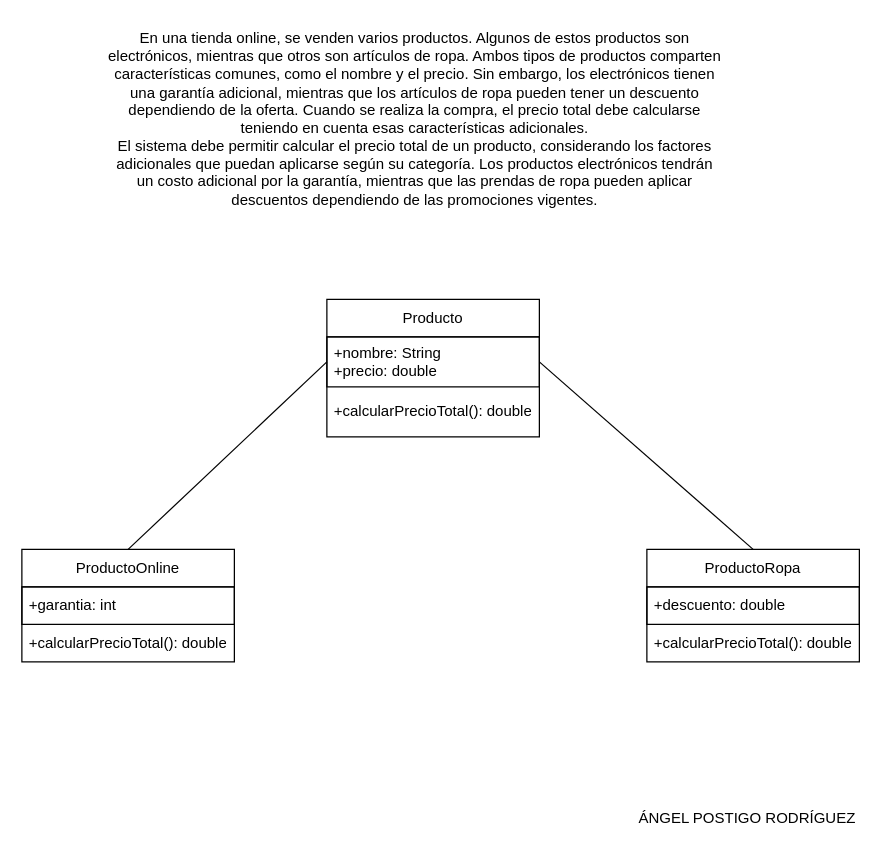
AngelPostigo27/ENTORNO-DE-DESARROLLO keeps this draw.io diagram as page "Página-3" (3 of 10) of Ej1-APR.drawio. Above is the earlier version. Source tidied: cells renumbered, new cells numbered last; positions are measured from the earlier drawing's top-left corner, leaving out a move shared by most shapes. Both pictures are drawn from the tidied source at 125%, with x=0, y=0 at pixel (21, 21).
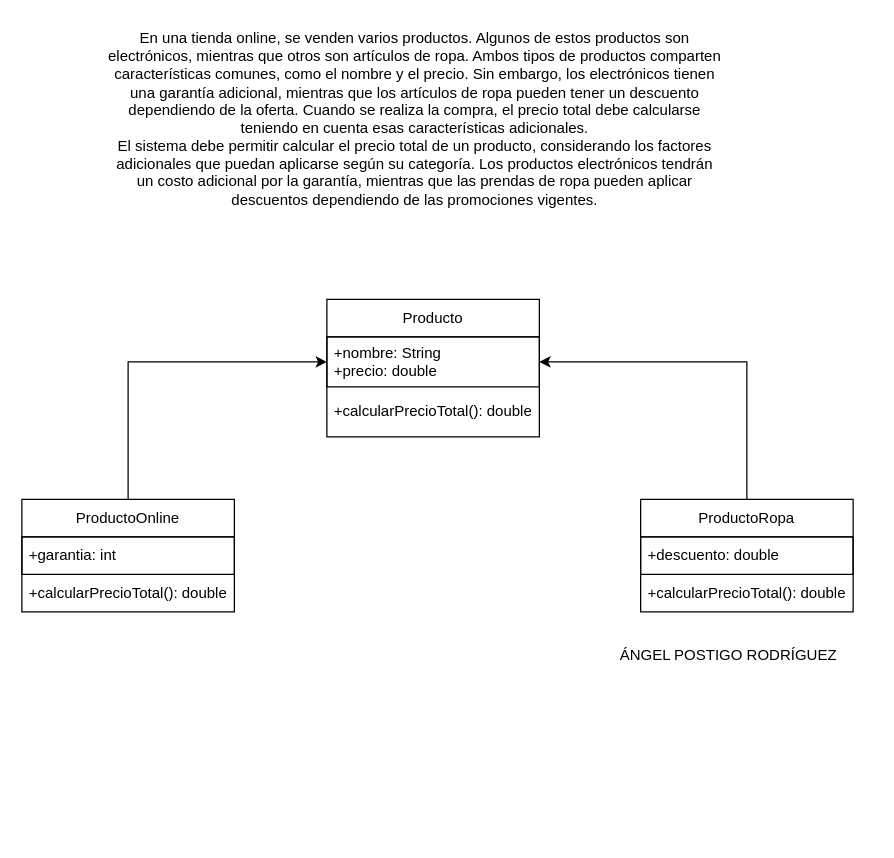
Above is the later version.

What changed in the source:
```diff
@@
 <mxGraphModel>
   <root>
     <mxCell id="0" />
     <mxCell id="1" parent="0" />
     <mxCell id="2" value="En una tienda online, se venden varios productos. Algunos de estos productos son&lt;br/&gt;electrónicos, mientras que otros son artículos de ropa. Ambos tipos de productos comparten&lt;br/&gt;características comunes, como el nombre y el precio. Sin embargo, los electrónicos tienen&lt;br/&gt;una garantía adicional, mientras que los artículos de ropa pueden tener un descuento&lt;br/&gt;dependiendo de la oferta. Cuando se realiza la compra, el precio total debe calcularse&lt;br/&gt;teniendo en cuenta esas características adicionales.&lt;br/&gt;El sistema debe permitir calcular el precio total de un producto, considerando los factores&lt;br/&gt;adicionales que puedan aplicarse según su categoría. Los productos electrónicos tendrán&lt;br/&gt;un costo adicional por la garantía, mientras que las prendas de ropa pueden aplicar&lt;br/&gt;descuentos dependiendo de las promociones vigentes.&lt;div&gt;&lt;br/&gt;&lt;/div&gt;" style="text;html=1;align=center;verticalAlign=middle;strokeColor=none;fillColor=none;" parent="1" vertex="1">
       <mxGeometry x="59" width="510" height="170" as="geometry" />
     </mxCell>
     <mxCell id="3" value="Producto" style="swimlane;fontStyle=0;horizontal=1;startSize=30;whiteSpace=wrap;html=1;" parent="1" vertex="1">
       <mxGeometry x="244" y="222" width="170" height="110" as="geometry" />
     </mxCell>
     <mxCell id="4" value="+nombre: String&lt;div&gt;+precio: double&lt;/div&gt;" style="text;strokeColor=default;fillColor=none;align=left;verticalAlign=middle;spacingLeft=4;spacingRight=4;overflow=hidden;points=[[0,0.5],[1,0.5]];portConstraint=eastwest;whiteSpace=wrap;html=1;" parent="3" vertex="1">
       <mxGeometry y="30" width="170" height="40" as="geometry" />
     </mxCell>
     <mxCell id="5" value="+calcularPrecioTotal(): double" style="text;strokeColor=none;fillColor=none;align=left;verticalAlign=middle;spacingLeft=4;spacingRight=4;overflow=hidden;whiteSpace=wrap;html=1;" parent="3" vertex="1">
       <mxGeometry y="70" width="170" height="40" as="geometry" />
     </mxCell>
+    <mxCell id="13" style="edgeStyle=orthogonalEdgeStyle;rounded=0;jettySize=auto;html=1;exitX=0.5;exitY=0;exitDx=0;exitDy=0;entryX=0;entryY=0.5;entryDx=0;entryDy=0;" parent="1" edge="1" source="6" target="4">
+      <mxGeometry relative="1" as="geometry" />
+    </mxCell>
     <mxCell id="6" value="ProductoOnline" style="swimlane;fontStyle=0;horizontal=1;startSize=30;whiteSpace=wrap;html=1;" parent="1" vertex="1">
-      <mxGeometry y="422" width="170" height="90" as="geometry" />
+      <mxGeometry y="382" width="170" height="90" as="geometry" />
     </mxCell>
     <mxCell id="7" value="+garantia: int" style="text;strokeColor=default;fillColor=none;align=left;verticalAlign=middle;spacingLeft=4;spacingRight=4;overflow=hidden;whiteSpace=wrap;html=1;" parent="6" vertex="1">
       <mxGeometry y="30" width="170" height="30" as="geometry" />
     </mxCell>
     <mxCell id="8" value="+calcularPrecioTotal(): double" style="text;strokeColor=none;fillColor=none;align=left;verticalAlign=middle;spacingLeft=4;spacingRight=4;overflow=hidden;whiteSpace=wrap;html=1;" parent="6" vertex="1">
       <mxGeometry y="60" width="170" height="30" as="geometry" />
     </mxCell>
+    <mxCell id="12" style="edgeStyle=orthogonalEdgeStyle;rounded=0;jettySize=auto;html=1;exitX=0.5;exitY=0;exitDx=0;exitDy=0;entryX=1;entryY=0.5;entryDx=0;entryDy=0;" parent="1" edge="1" source="9" target="4">
+      <mxGeometry relative="1" as="geometry" />
+    </mxCell>
     <mxCell id="9" value="ProductoRopa" style="swimlane;fontStyle=0;horizontal=1;startSize=30;whiteSpace=wrap;html=1;" parent="1" vertex="1">
-      <mxGeometry x="500" y="422" width="170" height="90" as="geometry" />
+      <mxGeometry x="495" y="382" width="170" height="90" as="geometry" />
     </mxCell>
     <mxCell id="10" value="+descuento: double" style="text;strokeColor=default;fillColor=none;align=left;verticalAlign=middle;spacingLeft=4;spacingRight=4;overflow=hidden;whiteSpace=wrap;html=1;" parent="9" vertex="1">
       <mxGeometry y="30" width="170" height="30" as="geometry" />
     </mxCell>
     <mxCell id="11" value="+calcularPrecioTotal(): double" style="text;strokeColor=none;fillColor=none;align=left;verticalAlign=middle;spacingLeft=4;spacingRight=4;overflow=hidden;whiteSpace=wrap;html=1;" parent="9" vertex="1">
       <mxGeometry y="60" width="170" height="30" as="geometry" />
     </mxCell>
-    <mxCell id="12" style="endArrow=none;html=1;rounded=0;entryX=1;entryY=0.5;entryDx=0;entryDy=0;exitX=0.5;exitY=0;exitDx=0;exitDy=0;" parent="1" edge="1" source="9" target="4">
-      <mxGeometry relative="1" as="geometry" />
-    </mxCell>
-    <mxCell id="13" style="endArrow=none;html=1;rounded=0;entryX=0;entryY=0.5;entryDx=0;entryDy=0;exitX=0.5;exitY=0;exitDx=0;exitDy=0;" parent="1" edge="1" source="6" target="4">
-      <mxGeometry relative="1" as="geometry" />
-    </mxCell>
     <mxCell id="14" value="ÁNGEL POSTIGO RODRÍGUEZ" style="text;html=1;align=center;verticalAlign=middle;strokeColor=none;fillColor=none;" parent="1" vertex="1">
-      <mxGeometry x="480" y="622" width="200" height="30" as="geometry" />
+      <mxGeometry x="465" y="492" width="200" height="30" as="geometry" />
     </mxCell>
   </root>
 </mxGraphModel>
```
